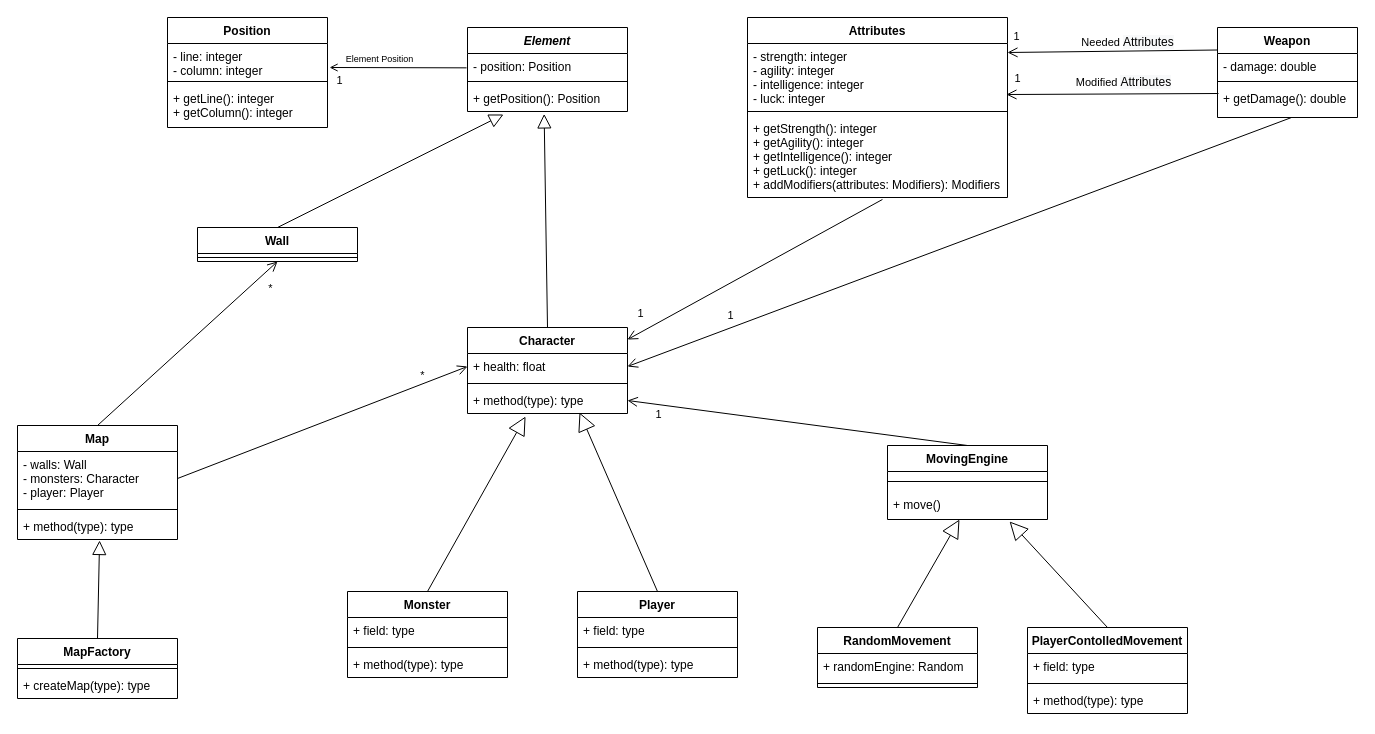
The draw.io diagram page "Model" (1 of 2) of docs/UMLDiagram.drawio in marhcouto/fallout0, before the edit. Source tidied: cells renumbered, new cells numbered last; positions are measured from the earlier drawing's top-left corner, leaving out a move shared by most shapes. Both pictures are drawn from the tidied source at 100%, with x=0, y=0 at pixel (17, 17).
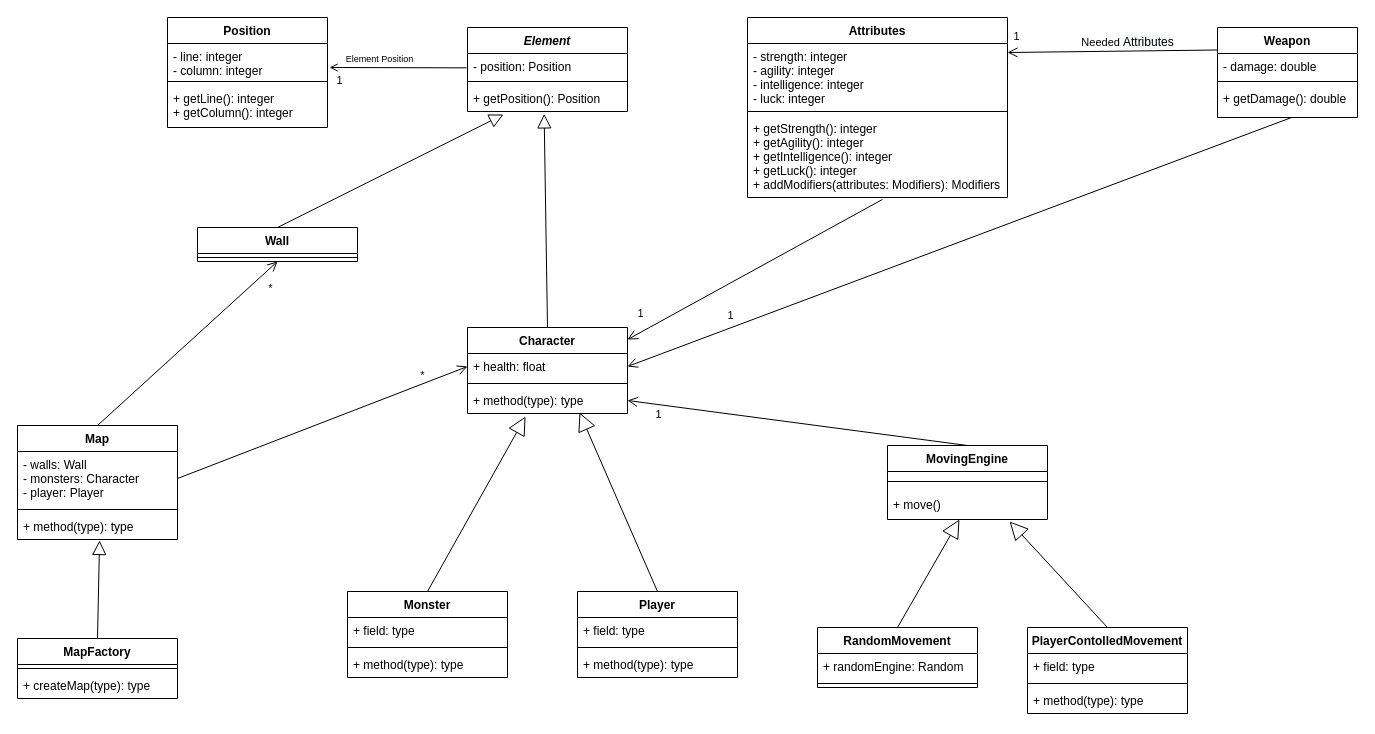
After the change.

Commit message (it also covers changes not shown here):
Model progress, in the middle of smthing with attributes

The change refers to these unchanged cells:
```xml
<mxCell id="11" value="- strength: integer&#10;- agility: integer&#10;- intelligence: integer&#10;- luck: integer" style="text;strokeColor=none;fillColor=none;align=left;verticalAlign=top;spacingLeft=4;spacingRight=4;overflow=hidden;points=[[0,0.5],[1,0.5]];portConstraint=eastwest;" parent="10" vertex="1">
  <mxGeometry y="26" width="260" height="64" as="geometry" />
</mxCell>
<mxCell id="17" value="+ getDamage(): double" style="text;strokeColor=none;fillColor=none;align=left;verticalAlign=top;spacingLeft=4;spacingRight=4;overflow=hidden;points=[[0,0.5],[1,0.5]];portConstraint=eastwest;" parent="14" vertex="1">
  <mxGeometry y="58" width="140" height="32" as="geometry" />
</mxCell>
```

The edit, as a diff of the source:
```diff
@@
-    <mxCell id="18" style="html=1;verticalAlign=bottom;endArrow=open;endSize=8;entryX=0.996;entryY=0.797;entryDx=0;entryDy=0;exitX=0.007;exitY=0.25;exitDx=0;exitDy=0;exitPerimeter=0;entryPerimeter=0;" parent="1" edge="1" source="17" target="11">
-      <mxGeometry relative="1" as="geometry" />
-    </mxCell>
-    <mxCell id="19" value="Modified&amp;nbsp;&lt;span style=&quot;font-size: 12px ; background-color: rgb(248 , 249 , 250)&quot;&gt;Attributes&lt;/span&gt;" style="edgeLabel;html=1;align=center;verticalAlign=middle;" parent="18" vertex="1">
-      <mxGeometry x="-0.09" y="4" relative="1" as="geometry">
-        <mxPoint y="-16" as="offset" />
-      </mxGeometry>
-    </mxCell>
-    <mxCell id="20" value="1" style="edgeLabel;html=1;align=center;verticalAlign=middle;" parent="18" vertex="1">
-      <mxGeometry x="0.56" relative="1" as="geometry">
-        <mxPoint x="-36" y="-16" as="offset" />
-      </mxGeometry>
-    </mxCell>
```
